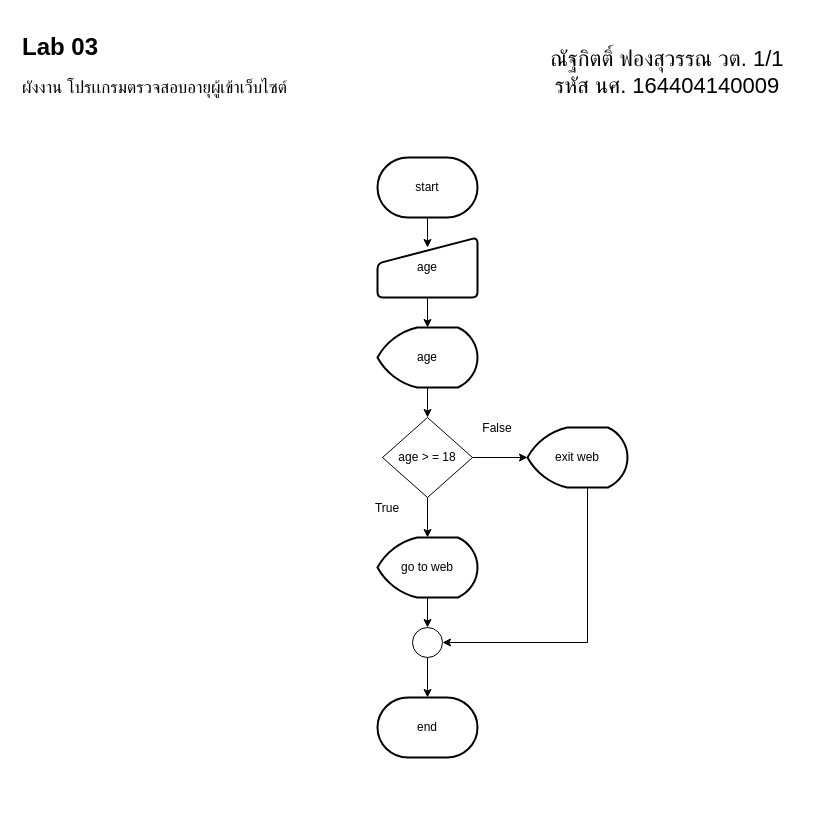
This is LAB03.drawio from ENDERCAFe/Computer_Programming_Lab, a draw.io file, before an edit. Source tidied: cells renumbered, new cells numbered last; positions are measured from the earlier drawing's top-left corner, leaving out a move shared by most shapes. Both pictures are drawn from the tidied source at 100%, with x=0, y=0 at pixel (17, 27).
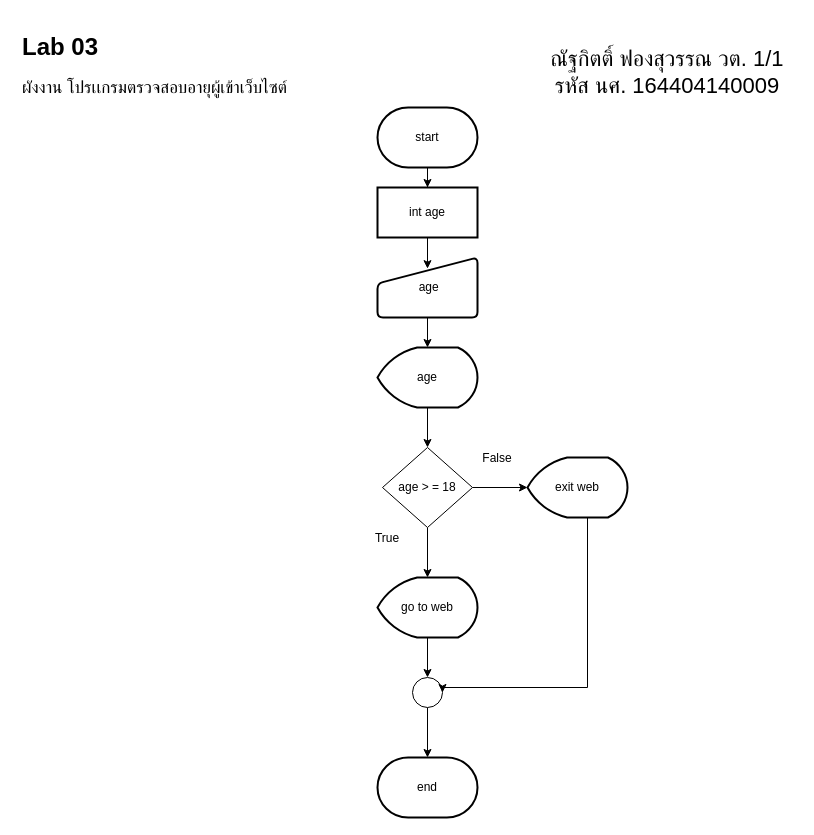
Above is the later version.

Diff of the diagram source:
```diff
@@
-    <mxCell id="4" style="edgeStyle=orthogonalEdgeStyle;rounded=0;jettySize=auto;html=1;" parent="1" edge="1" source="5">
-      <mxGeometry relative="1" as="geometry">
-        <mxPoint x="410" y="220" as="targetPoint" />
-      </mxGeometry>
-    </mxCell>
+    <mxCell id="22" style="edgeStyle=orthogonalEdgeStyle;rounded=0;jettySize=auto;html=1;" parent="1" edge="1" source="5" target="24">
+      <mxGeometry relative="1" as="geometry" />
+    </mxCell>
     <mxCell id="5" value="start" style="strokeWidth=2;html=1;shape=mxgraph.flowchart.terminator;whiteSpace=wrap;" parent="1" vertex="1">
-      <mxGeometry x="360" y="130" width="100" height="60" as="geometry" />
+      <mxGeometry x="360" y="80" width="100" height="60" as="geometry" />
     </mxCell>
@@
-    <mxCell id="7" value="age" style="html=1;strokeWidth=2;shape=manualInput;whiteSpace=wrap;rounded=1;size=26;arcSize=11;" parent="1" vertex="1">
-      <mxGeometry x="360" y="210" width="100" height="60" as="geometry" />
+    <mxCell id="7" value="&amp;nbsp;age" style="html=1;strokeWidth=2;shape=manualInput;whiteSpace=wrap;rounded=1;size=26;arcSize=11;" parent="1" vertex="1">
+      <mxGeometry x="360" y="230" width="100" height="60" as="geometry" />
     </mxCell>
@@
     <mxCell id="9" value="age" style="strokeWidth=2;html=1;shape=mxgraph.flowchart.display;whiteSpace=wrap;" parent="1" vertex="1">
-      <mxGeometry x="360" y="300" width="100" height="60" as="geometry" />
+      <mxGeometry x="360" y="320" width="100" height="60" as="geometry" />
     </mxCell>
@@
     <mxCell id="12" value="age &amp;gt; = 18" style="rhombus;whiteSpace=wrap;html=1;" parent="1" vertex="1">
-      <mxGeometry x="365" y="390" width="90" height="80" as="geometry" />
+      <mxGeometry x="365" y="420" width="90" height="80" as="geometry" />
     </mxCell>
@@
     <mxCell id="14" value="go to web" style="strokeWidth=2;html=1;shape=mxgraph.flowchart.display;whiteSpace=wrap;" parent="1" vertex="1">
-      <mxGeometry x="360" y="510" width="100" height="60" as="geometry" />
+      <mxGeometry x="360" y="550" width="100" height="60" as="geometry" />
     </mxCell>
@@
     <mxCell id="16" style="verticalLabelPosition=bottom;verticalAlign=top;html=1;shape=mxgraph.flowchart.on-page_reference;" parent="1" vertex="1">
-      <mxGeometry x="395" y="600" width="30" height="30" as="geometry" />
+      <mxGeometry x="395" y="650" width="30" height="30" as="geometry" />
     </mxCell>
     <mxCell id="17" style="edgeStyle=orthogonalEdgeStyle;rounded=0;jettySize=auto;html=1;entryX=1;entryY=0.5;entryDx=0;entryDy=0;entryPerimeter=0;" parent="1" edge="1" source="18" target="16">
       <mxGeometry relative="1" as="geometry">
         <Array as="points">
-          <mxPoint x="570" y="615" />
+          <mxPoint x="570" y="660" />
+          <mxPoint x="425" y="660" />
         </Array>
       </mxGeometry>
     </mxCell>
     <mxCell id="18" value="exit web" style="strokeWidth=2;html=1;shape=mxgraph.flowchart.display;whiteSpace=wrap;" parent="1" vertex="1">
-      <mxGeometry x="510" y="400" width="100" height="60" as="geometry" />
+      <mxGeometry x="510" y="430" width="100" height="60" as="geometry" />
     </mxCell>
     <mxCell id="19" value="end" style="strokeWidth=2;html=1;shape=mxgraph.flowchart.terminator;whiteSpace=wrap;" parent="1" vertex="1">
-      <mxGeometry x="360" y="670" width="100" height="60" as="geometry" />
+      <mxGeometry x="360" y="730" width="100" height="60" as="geometry" />
     </mxCell>
     <mxCell id="20" value="True" style="text;html=1;strokeColor=none;fillColor=none;align=center;verticalAlign=middle;whiteSpace=wrap;rounded=0;" parent="1" vertex="1">
-      <mxGeometry x="350" y="480" width="40" as="geometry" />
+      <mxGeometry x="350" y="510" width="40" as="geometry" />
     </mxCell>
     <mxCell id="21" value="False" style="text;html=1;strokeColor=none;fillColor=none;align=center;verticalAlign=middle;whiteSpace=wrap;rounded=0;" parent="1" vertex="1">
-      <mxGeometry x="460" y="400" width="40" as="geometry" />
+      <mxGeometry x="460" y="430" width="40" as="geometry" />
     </mxCell>
+    <mxCell id="23" style="edgeStyle=orthogonalEdgeStyle;rounded=0;jettySize=auto;html=1;entryX=0.5;entryY=0.186;entryDx=0;entryDy=0;entryPerimeter=0;" parent="1" edge="1" source="24" target="7">
+      <mxGeometry relative="1" as="geometry" />
+    </mxCell>
+    <mxCell id="24" value="int age" style="rounded=0;whiteSpace=wrap;html=1;strokeWidth=2;" parent="1" vertex="1">
+      <mxGeometry x="360" y="160" width="100" height="50" as="geometry" />
+    </mxCell>
```
